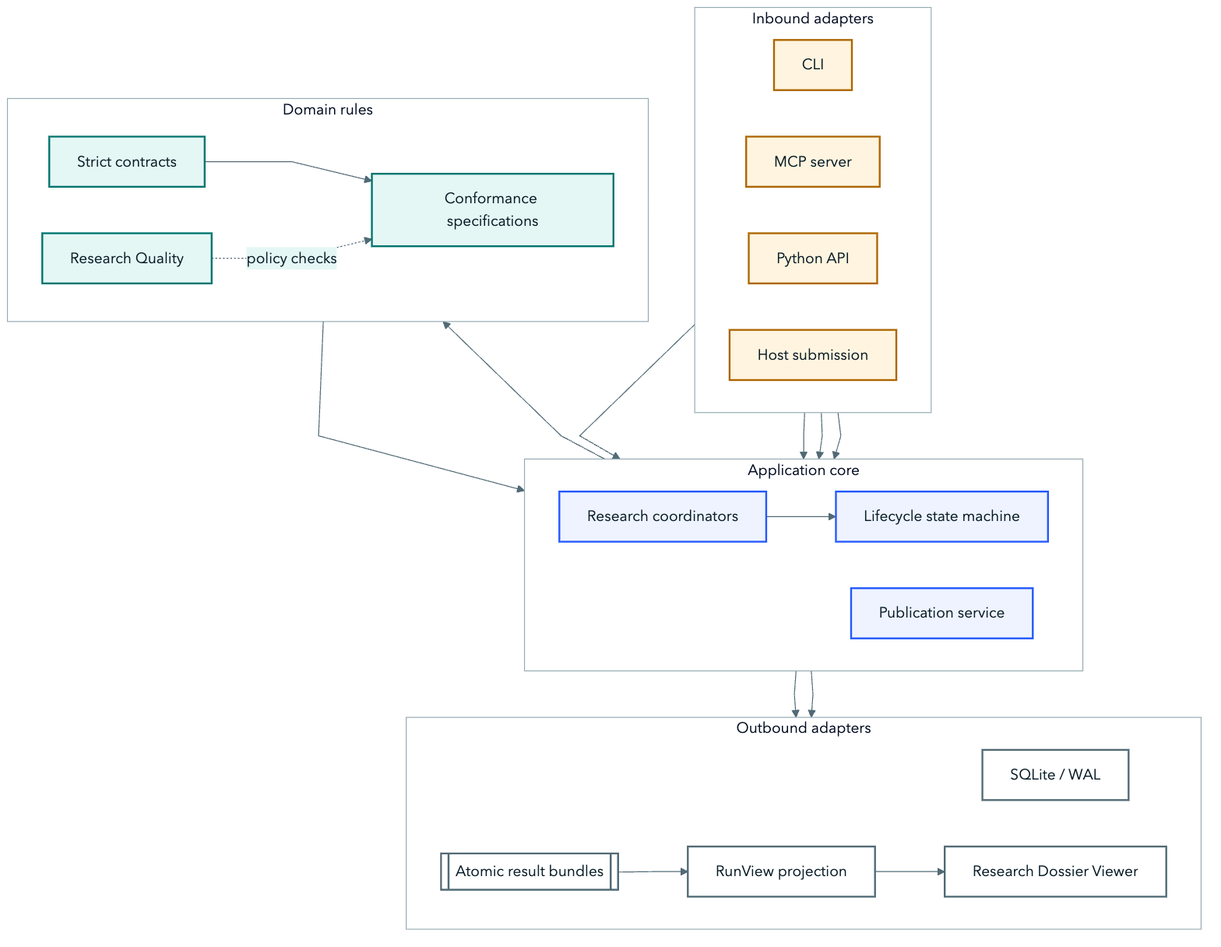
harshitagarwal2/StockResearchAgents keeps this Mermaid diagram as assets/architecture/portable-components.png. Above is the earlier version. Its source is kept beside it as docs/diagrams/portable-components.mmd.
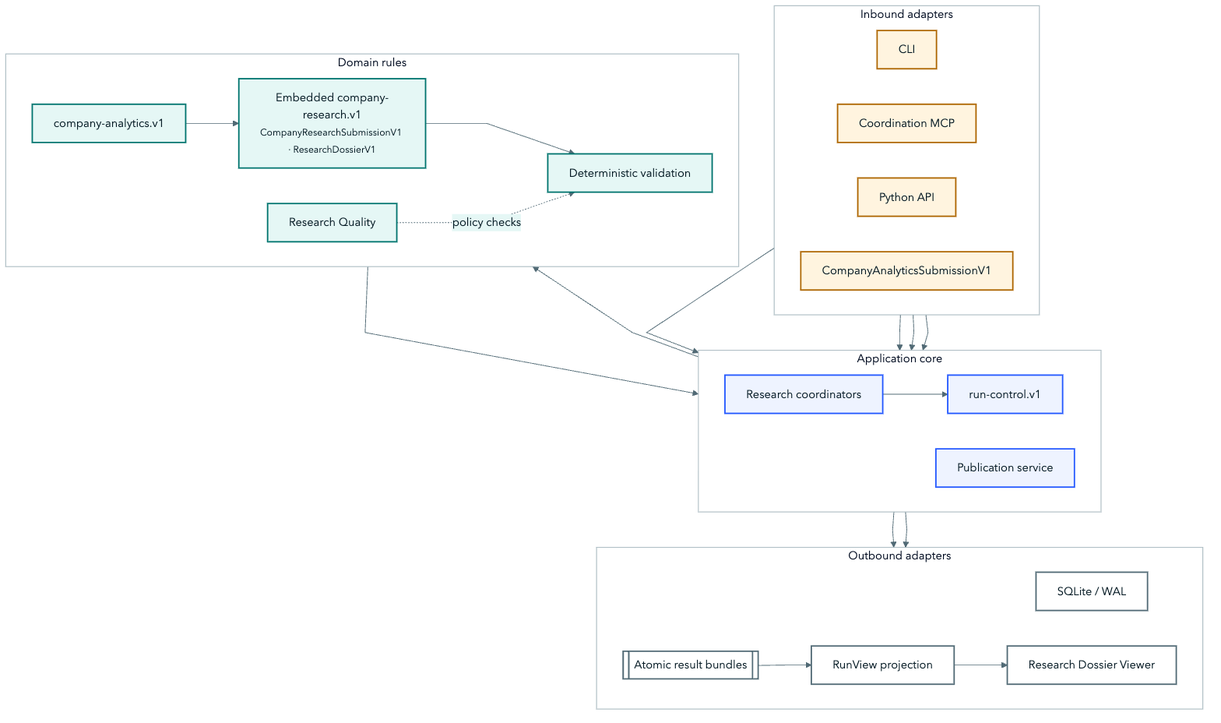
After the change.

The edit, as a diff of the source:
```diff
@@ -1,27 +1,28 @@
 %%{init: {"theme":"base","fontFamily":"Avenir Next, Segoe UI, sans-serif","themeVariables":{"fontFamily":"Avenir Next, Segoe UI, sans-serif","primaryColor":"#eef3ff","primaryTextColor":"#071c26","primaryBorderColor":"#2257ff","lineColor":"#516a75","secondaryColor":"#e5f7f5","tertiaryColor":"#fff4df","background":"#f5f8f9","clusterBkg":"#ffffff","clusterBorder":"#96aab2"},"flowchart":{"curve":"linear","htmlLabels":true}}}%%
 flowchart TB
   accTitle: StockResearchAgents component architecture
-  accDescr: Inbound adapters call application coordinators. Strict domain contracts and specifications validate work. Outbound adapters persist completed state and present read-only projections.
+  accDescr: Inbound adapters call the StockResearchAgents application core. The public company-analytics.v1 profile composes an outer CompanyAnalyticsSubmissionV1 around an embedded CompanyResearchSubmissionV1 and ResearchDossierV1. Run-control.v1 coordinates durable state, while outbound adapters expose only completed projections.
 
   subgraph I["Inbound adapters"]
     direction LR
     CLI["CLI"]
-    MCP["MCP server"]
+    MCP["Coordination MCP"]
     PY["Python API"]
-    HOST["Host submission"]
+    HOST["CompanyAnalyticsSubmissionV1"]
   end
 
   subgraph A["Application core"]
     direction LR
     COORD["Research coordinators"]
-    LIFE["Lifecycle state machine"]
+    LIFE["run-control.v1"]
     PUB["Publication service"]
   end
 
   subgraph D["Domain rules"]
     direction LR
-    CONTRACT["Strict contracts"]
-    SPEC["Conformance specifications"]
+    CONTRACT["company-analytics.v1"]
+    FOUNDATION["Embedded company-research.v1<br/><small>CompanyResearchSubmissionV1 · ResearchDossierV1</small>"]
+    SPEC["Deterministic validation"]
     QUALITY["Research Quality"]
   end
 
@@ -39,7 +40,7 @@
   HOST --> COORD
   COORD --> LIFE
   LIFE --> CONTRACT
-  CONTRACT --> SPEC
+  CONTRACT --> FOUNDATION --> SPEC
   QUALITY -. policy checks .-> SPEC
   SPEC --> PUB
   LIFE --> STORE
@@ -53,5 +54,5 @@
   classDef out fill:#ffffff,stroke:#516a75,color:#071c26,stroke-width:2px;
   class CLI,MCP,PY,HOST inbound;
   class COORD,LIFE,PUB app;
-  class CONTRACT,SPEC,QUALITY domain;
+  class CONTRACT,FOUNDATION,SPEC,QUALITY domain;
   class STORE,BUNDLE,VIEW,UI out;
```
